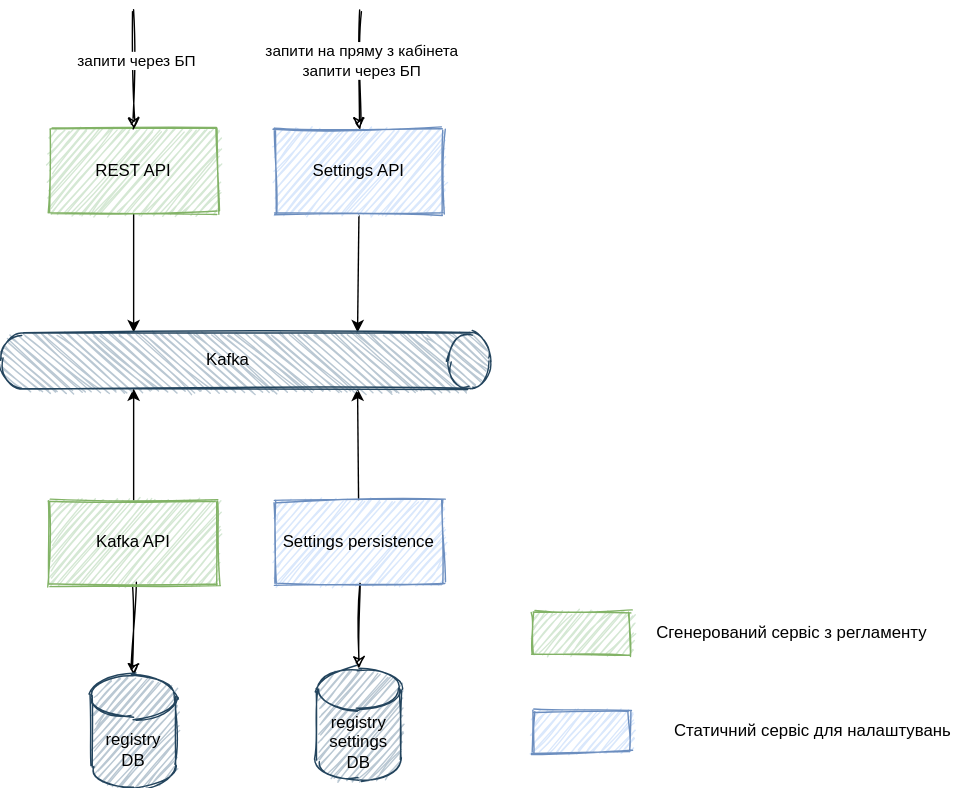
Before: modules/ROOT/images/datafactory/settings.drawio.svg, a diagram exported from draw.io (epam/edp-ddm-architecture). Source tidied: cells renumbered, new cells last; positions are measured from the earlier drawing's top-left corner, leaving out a move shared by most shapes.
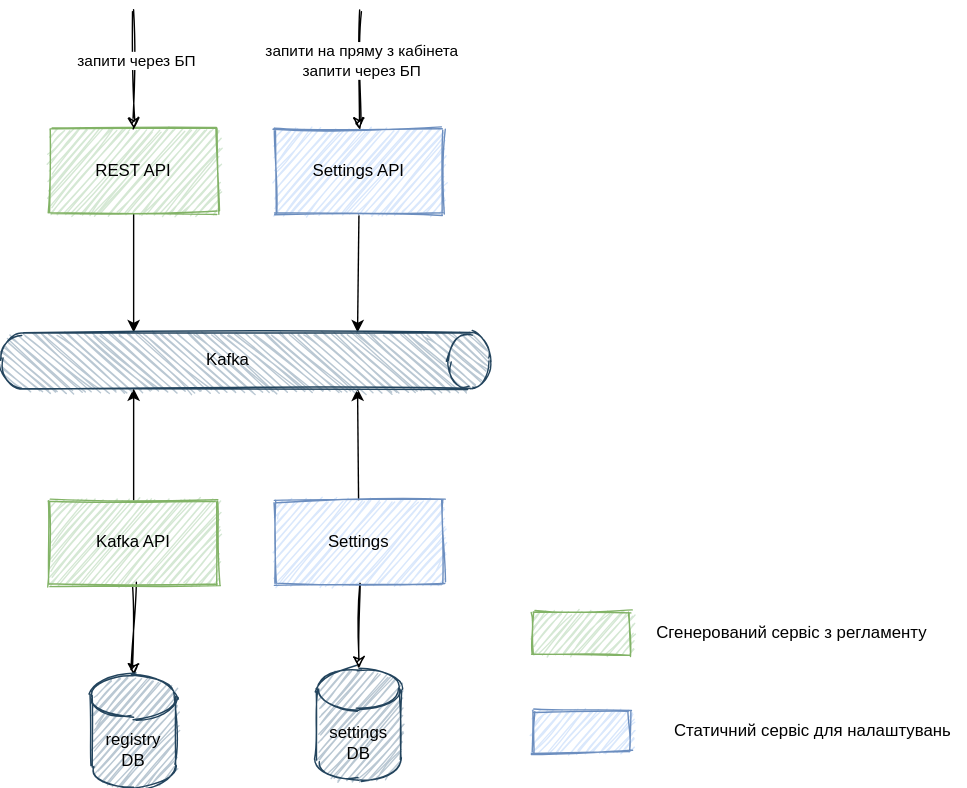
Later version of the same file.

Commit message:
[MDTUDDM-5446] User settings updated

The edit, as a diff of the source:
```diff
@@ -48,13 +48,13 @@
     <mxCell id="15" value="registry DB" style="shape=cylinder3;whiteSpace=wrap;html=1;boundedLbl=1;backgroundOutline=1;size=15;sketch=1;fillColor=#bac8d3;strokeColor=#23445d;" parent="1" vertex="1">
       <mxGeometry x="65" y="475" width="60" height="80" as="geometry" />
     </mxCell>
-    <mxCell id="16" value="registry&lt;br&gt;settings DB" style="shape=cylinder3;whiteSpace=wrap;html=1;boundedLbl=1;backgroundOutline=1;size=15;sketch=1;fillColor=#bac8d3;strokeColor=#23445d;" parent="1" vertex="1">
+    <mxCell id="16" value="settings DB" style="shape=cylinder3;whiteSpace=wrap;html=1;boundedLbl=1;backgroundOutline=1;size=15;sketch=1;fillColor=#bac8d3;strokeColor=#23445d;" parent="1" vertex="1">
       <mxGeometry x="226" y="470" width="60" height="80" as="geometry" />
     </mxCell>
     <mxCell id="17" style="rounded=0;sketch=1;jettySize=auto;html=1;exitX=0.5;exitY=1;exitDx=0;exitDy=0;" parent="1" edge="1" source="18" target="16">
       <mxGeometry relative="1" as="geometry" />
     </mxCell>
-    <mxCell id="18" value="Settings persistence" style="rounded=0;whiteSpace=wrap;html=1;sketch=1;fillColor=#dae8fc;strokeColor=#6c8ebf;" parent="1" vertex="1">
+    <mxCell id="18" value="Settings" style="rounded=0;whiteSpace=wrap;html=1;sketch=1;fillColor=#dae8fc;strokeColor=#6c8ebf;" parent="1" vertex="1">
       <mxGeometry x="196" y="350" width="120" height="60" as="geometry" />
     </mxCell>
     <mxCell id="19" style="rounded=0;whiteSpace=wrap;html=1;sketch=1;fillColor=#d5e8d4;strokeColor=#82b366;" parent="1" vertex="1">
```
